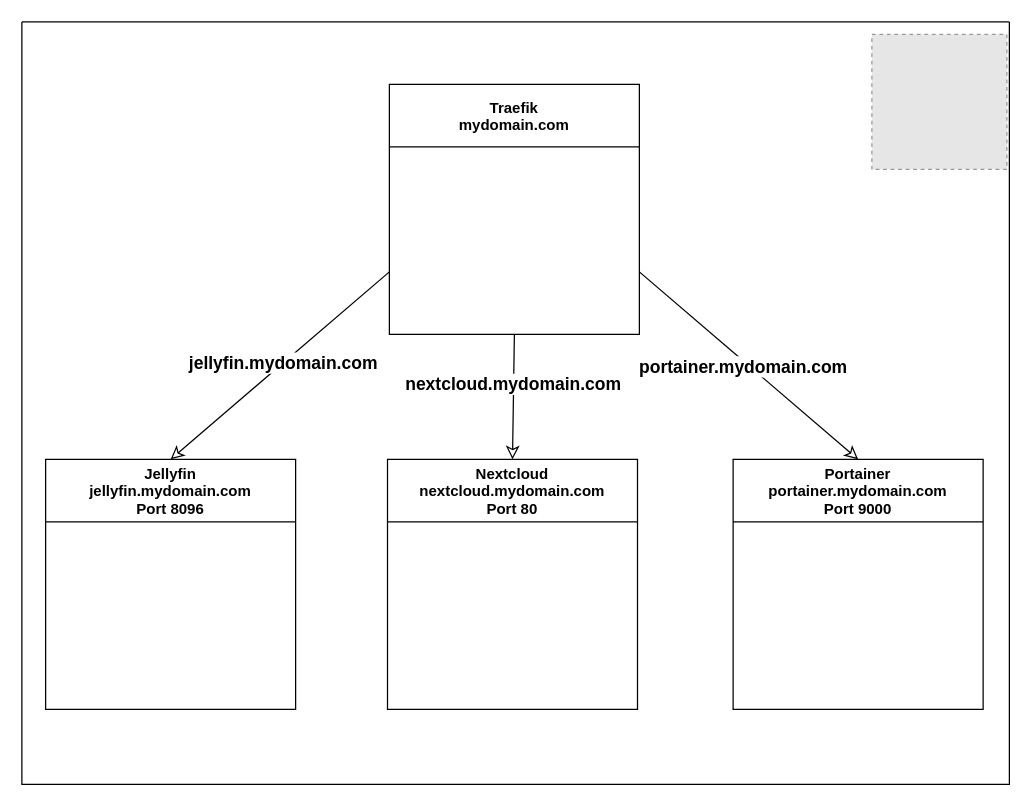
Marc-AntoineMercier/Session4.Infonuagique.EF keeps this draw.io diagram as page "Infrastructure-Docker" (3 of 3) of epreuve-finale/exemple-schemas_prof.drawio.xml. Above is the earlier version. Source tidied: cells renumbered, new cells numbered last; positions are measured from the earlier drawing's top-left corner, leaving out a move shared by most shapes. Both pictures are drawn from the tidied source at 125%, with x=0, y=0 at pixel (21, 21). Pictures stored in the file or linked from it are replaced by grey dashed boxes.
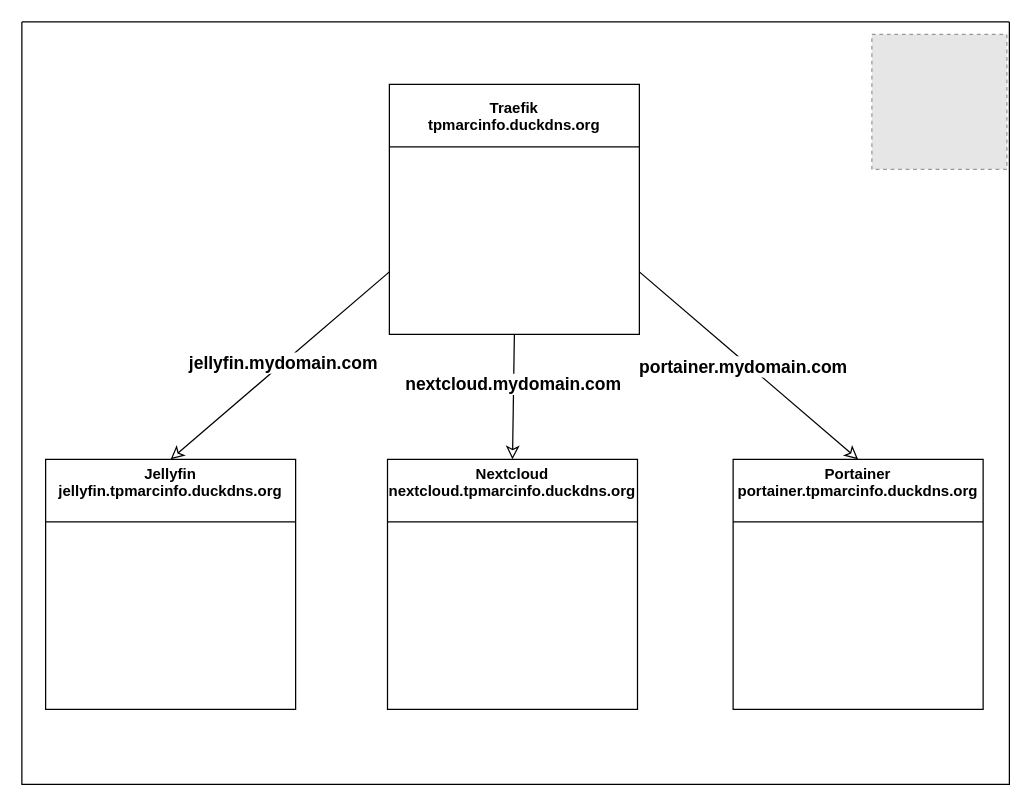
After the change.

Diff of the diagram source:
```diff
@@
 <mxGraphModel>
   <root>
     <mxCell id="0" />
     <mxCell id="1" parent="0" />
     <mxCell id="2" style="edgeStyle=none;curved=1;rounded=0;jettySize=auto;html=1;exitX=0.5;exitY=0;exitDx=0;exitDy=0;entryX=0;entryY=0.75;entryDx=0;entryDy=0;fontSize=12;startSize=8;endSize=8;startArrow=classic;startFill=0;endArrow=none;" parent="1" edge="1" source="4" target="11">
       <mxGeometry relative="1" as="geometry" />
     </mxCell>
     <mxCell id="3" value="jellyfin.mydomain.com" style="edgeLabel;html=1;align=center;verticalAlign=middle;fontSize=14;fontStyle=1;" parent="2" vertex="1">
       <mxGeometry x="0.02" y="1" relative="1" as="geometry">
         <mxPoint x="1" as="offset" />
       </mxGeometry>
     </mxCell>
-    <mxCell id="4" value="Jellyfin&#10;jellyfin.mydomain.com&#10;Port 8096" style="swimlane;startSize=50;" parent="1" vertex="1">
+    <mxCell id="4" value="Jellyfin&#10;jellyfin.tpmarcinfo.duckdns.org&#10;" style="swimlane;startSize=50;" parent="1" vertex="1">
       <mxGeometry x="19" y="350" width="200" height="200" as="geometry" />
     </mxCell>
     <mxCell id="5" style="edgeStyle=none;curved=1;rounded=0;jettySize=auto;html=1;exitX=0.5;exitY=0;exitDx=0;exitDy=0;entryX=0.5;entryY=1;entryDx=0;entryDy=0;fontSize=12;startSize=8;endSize=8;startArrow=classic;startFill=0;endArrow=none;" parent="1" edge="1" source="7" target="11">
       <mxGeometry relative="1" as="geometry" />
     </mxCell>
     <mxCell id="6" value="nextcloud.mydomain.com" style="edgeLabel;html=1;align=center;verticalAlign=middle;fontSize=14;fontStyle=1;" parent="5" vertex="1">
       <mxGeometry x="0.2" y="1" relative="1" as="geometry" />
     </mxCell>
-    <mxCell id="7" value="Nextcloud&#10;nextcloud.mydomain.com&#10;Port 80" style="swimlane;startSize=50;" parent="1" vertex="1">
+    <mxCell id="7" value="Nextcloud&#10;nextcloud.tpmarcinfo.duckdns.org&#10;" style="swimlane;startSize=50;" parent="1" vertex="1">
       <mxGeometry x="292.5" y="350" width="200" height="200" as="geometry" />
     </mxCell>
     <mxCell id="8" style="edgeStyle=none;curved=1;rounded=0;jettySize=auto;html=1;exitX=0.5;exitY=0;exitDx=0;exitDy=0;entryX=1;entryY=0.75;entryDx=0;entryDy=0;fontSize=12;startSize=8;endSize=8;startArrow=classic;startFill=0;endArrow=none;" parent="1" edge="1" source="10" target="11">
       <mxGeometry relative="1" as="geometry" />
     </mxCell>
     <mxCell id="9" value="&lt;font&gt;portainer.mydomain.com&lt;/font&gt;" style="edgeLabel;html=1;align=center;verticalAlign=middle;fontSize=14;fontStyle=1;" parent="8" vertex="1">
       <mxGeometry x="0.03" y="4" relative="1" as="geometry" />
     </mxCell>
-    <mxCell id="10" value="Portainer&#10;portainer.mydomain.com&#10;Port 9000" style="swimlane;startSize=50;" parent="1" vertex="1">
+    <mxCell id="10" value="Portainer&#10;portainer.tpmarcinfo.duckdns.org&#10;" style="swimlane;startSize=50;" parent="1" vertex="1">
       <mxGeometry x="569" y="350" width="200" height="200" as="geometry" />
     </mxCell>
-    <mxCell id="11" value="Traefik&#10;mydomain.com" style="swimlane;startSize=50;" parent="1" vertex="1">
+    <mxCell id="11" value="Traefik&#10;tpmarcinfo.duckdns.org" style="swimlane;startSize=50;" parent="1" vertex="1">
       <mxGeometry x="294" y="50" width="200" height="200" as="geometry" />
     </mxCell>
     <mxCell id="12" style="swimlane;startSize=0;labelPosition=left;verticalLabelPosition=middle;align=right;verticalAlign=middle;" parent="1" vertex="1">
       <mxGeometry width="790" height="610" as="geometry" />
     </mxCell>
     <mxCell id="13" style="fillColor=#E6E6E6;strokeColor=#999999;dashed=1;html=1;verticalAlign=top;verticalLabelPosition=bottom;labelBackgroundColor=#ffffff;" parent="12" vertex="1">
       <mxGeometry x="680" y="10" width="108" height="108" as="geometry" />
     </mxCell>
   </root>
 </mxGraphModel>
```
